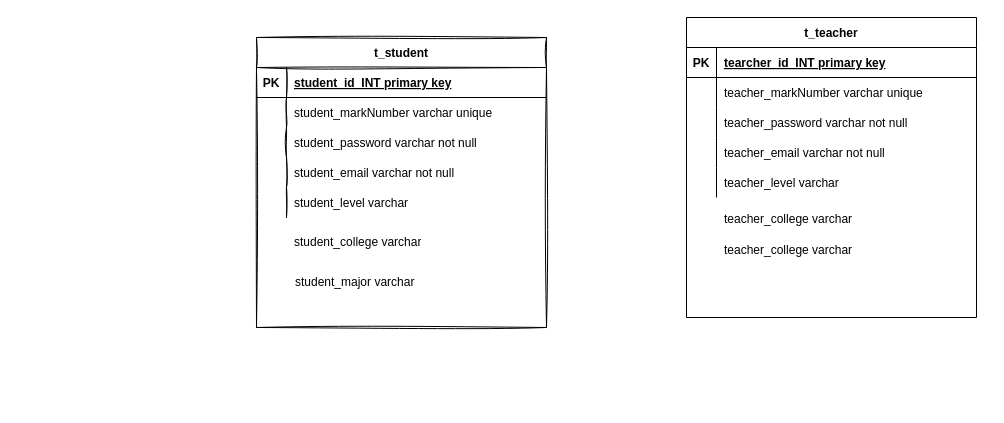
Earlier version of the draw.io diagram img/databaseER.drawio (Florence-y/UniversityMutualPlatform). Source tidied: cells renumbered, new cells numbered last; positions are measured from the earlier drawing's top-left corner, leaving out a move shared by most shapes. Both pictures are drawn from the tidied source at 100%, with x=0, y=0 at pixel (256, 17).
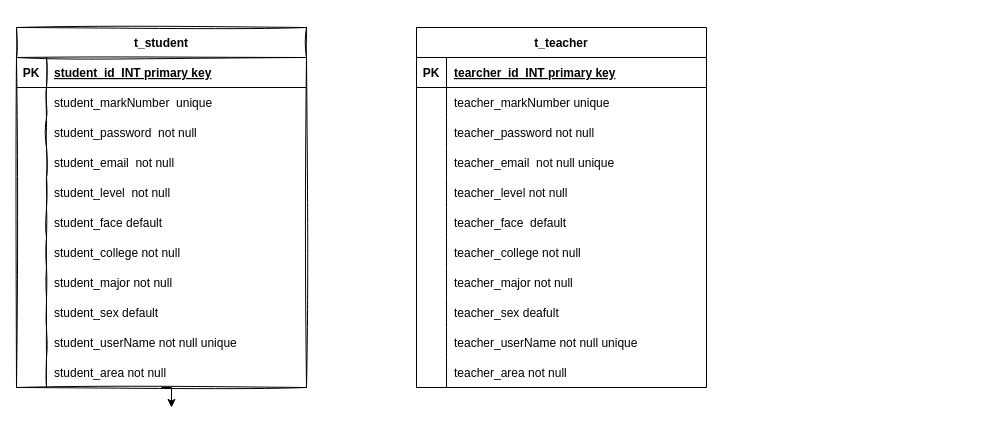
After the change.

Unchanged cells that the change refers to:
```xml
<mxCell id="10" style="shape=partialRectangle;fillColor=none;top=0;left=0;bottom=0;right=0;" parent="6" vertex="1">
  <mxGeometry y="60" width="290" height="30" as="geometry" />
</mxCell>
<mxCell id="13" style="shape=partialRectangle;fillColor=none;top=0;left=0;bottom=0;right=0;" parent="6" vertex="1">
  <mxGeometry y="90" width="290" height="30" as="geometry" />
</mxCell>
<mxCell id="16" style="shape=partialRectangle;fillColor=none;top=0;left=0;bottom=0;right=0;" parent="6" vertex="1">
  <mxGeometry y="120" width="290" height="30" as="geometry" />
</mxCell>
<mxCell id="19" style="shape=partialRectangle;fillColor=none;top=0;left=0;bottom=0;right=0;" parent="6" vertex="1">
  <mxGeometry y="150" width="290" height="30" as="geometry" />
</mxCell>
<mxCell id="30" style="shape=partialRectangle;fillColor=none;top=0;left=0;bottom=0;right=0;" parent="26" vertex="1">
  <mxGeometry y="60" width="290" height="30" as="geometry" />
</mxCell>
<mxCell id="33" style="shape=partialRectangle;fillColor=none;top=0;left=0;bottom=0;right=0;" parent="26" vertex="1">
  <mxGeometry y="90" width="290" height="30" as="geometry" />
</mxCell>
<mxCell id="36" style="shape=partialRectangle;fillColor=none;top=0;left=0;bottom=0;right=0;" parent="26" vertex="1">
  <mxGeometry y="120" width="290" height="30" as="geometry" />
</mxCell>
<mxCell id="39" style="shape=partialRectangle;fillColor=none;top=0;left=0;bottom=0;right=0;" parent="26" vertex="1">
  <mxGeometry y="150" width="290" height="30" as="geometry" />
</mxCell>
```

Change to the diagram source:
```diff
@@
     <mxCell id="3" style="group;" parent="1" vertex="1">
-      <mxGeometry y="20" width="291" height="290" as="geometry" />
+      <mxGeometry x="-240" y="10" width="291" height="360" as="geometry" />
     </mxCell>
-    <mxCell id="4" value="student_college varchar" style="shape=partialRectangle;fillColor=none;top=0;left=0;bottom=0;right=0;align=left;spacingLeft=6;overflow=hidden;whiteSpace=wrap;shadow=0;sketch=1;" parent="3" vertex="1">
-      <mxGeometry x="30" y="190" width="260" height="30" as="geometry" />
-    </mxCell>
-    <mxCell id="5" value="student_major varchar " style="shape=partialRectangle;fillColor=none;top=0;left=0;bottom=0;right=0;align=left;spacingLeft=6;overflow=hidden;whiteSpace=wrap;shadow=0;sketch=1;" parent="3" vertex="1">
-      <mxGeometry x="31" y="230" width="260" height="30" as="geometry" />
-    </mxCell>
     <mxCell id="6" value="t_student" style="shape=table;startSize=30;childLayout=tableLayout;rowLines=0;fontStyle=1;align=center;shadow=0;sketch=1;" parent="3" vertex="1">
-      <mxGeometry width="290" height="290" as="geometry" />
+      <mxGeometry width="290" height="360" as="geometry" />
     </mxCell>
@@
-    <mxCell id="12" value="student_markNumber varchar unique" style="shape=partialRectangle;fillColor=none;top=0;left=0;bottom=0;right=0;align=left;spacingLeft=6;overflow=hidden;" parent="10" vertex="1">
+    <mxCell id="12" value="student_markNumber  unique" style="shape=partialRectangle;fillColor=none;top=0;left=0;bottom=0;right=0;align=left;spacingLeft=6;overflow=hidden;" parent="10" vertex="1">
       <mxGeometry x="30" width="260" height="30" as="geometry" />
     </mxCell>
@@
-    <mxCell id="15" value="student_password varchar not null" style="shape=partialRectangle;fillColor=none;top=0;left=0;bottom=0;right=0;align=left;spacingLeft=6;overflow=hidden;" parent="13" vertex="1">
+    <mxCell id="15" value="student_password  not null" style="shape=partialRectangle;fillColor=none;top=0;left=0;bottom=0;right=0;align=left;spacingLeft=6;overflow=hidden;" parent="13" vertex="1">
       <mxGeometry x="30" width="260" height="30" as="geometry" />
     </mxCell>
@@
-    <mxCell id="18" value="student_email varchar not null" style="shape=partialRectangle;fillColor=none;top=0;left=0;bottom=0;right=0;align=left;spacingLeft=6;overflow=hidden;" parent="16" vertex="1">
+    <mxCell id="18" value="student_email  not null" style="shape=partialRectangle;fillColor=none;top=0;left=0;bottom=0;right=0;align=left;spacingLeft=6;overflow=hidden;" parent="16" vertex="1">
       <mxGeometry x="30" width="260" height="30" as="geometry" />
     </mxCell>
@@
-    <mxCell id="21" value="student_level varchar " style="shape=partialRectangle;fillColor=none;top=0;left=0;bottom=0;right=0;align=left;spacingLeft=6;overflow=hidden;" parent="19" vertex="1">
+    <mxCell id="21" value="student_level  not null" style="shape=partialRectangle;fillColor=none;top=0;left=0;bottom=0;right=0;align=left;spacingLeft=6;overflow=hidden;" parent="19" vertex="1">
       <mxGeometry x="30" width="260" height="30" as="geometry" />
     </mxCell>
+    <mxCell id="45" style="shape=partialRectangle;fillColor=none;top=0;left=0;bottom=0;right=0;" parent="6" vertex="1">
+      <mxGeometry y="180" width="290" height="30" as="geometry" />
+    </mxCell>
+    <mxCell id="46" style="shape=partialRectangle;fillColor=none;top=0;left=0;bottom=0;right=0;overflow=hidden;" parent="45" vertex="1">
+      <mxGeometry width="30" height="30" as="geometry" />
+    </mxCell>
+    <mxCell id="47" value="student_face default" style="shape=partialRectangle;fillColor=none;top=0;left=0;bottom=0;right=0;align=left;spacingLeft=6;overflow=hidden;" parent="45" vertex="1">
+      <mxGeometry x="30" width="260" height="30" as="geometry" />
+    </mxCell>
+    <mxCell id="48" style="shape=partialRectangle;fillColor=none;top=0;left=0;bottom=0;right=0;" parent="6" vertex="1">
+      <mxGeometry y="210" width="290" height="30" as="geometry" />
+    </mxCell>
+    <mxCell id="49" style="shape=partialRectangle;fillColor=none;top=0;left=0;bottom=0;right=0;overflow=hidden;" parent="48" vertex="1">
+      <mxGeometry width="30" height="30" as="geometry" />
+    </mxCell>
+    <mxCell id="50" value="student_college not null" style="shape=partialRectangle;fillColor=none;top=0;left=0;bottom=0;right=0;align=left;spacingLeft=6;overflow=hidden;" parent="48" vertex="1">
+      <mxGeometry x="30" width="260" height="30" as="geometry" />
+    </mxCell>
+    <mxCell id="51" style="shape=partialRectangle;fillColor=none;top=0;left=0;bottom=0;right=0;" parent="6" vertex="1">
+      <mxGeometry y="240" width="290" height="30" as="geometry" />
+    </mxCell>
+    <mxCell id="52" style="shape=partialRectangle;fillColor=none;top=0;left=0;bottom=0;right=0;overflow=hidden;" parent="51" vertex="1">
+      <mxGeometry width="30" height="30" as="geometry" />
+    </mxCell>
+    <mxCell id="53" value="student_major not null" style="shape=partialRectangle;fillColor=none;top=0;left=0;bottom=0;right=0;align=left;spacingLeft=6;overflow=hidden;" parent="51" vertex="1">
+      <mxGeometry x="30" width="260" height="30" as="geometry" />
+    </mxCell>
+    <mxCell id="54" style="shape=partialRectangle;fillColor=none;top=0;left=0;bottom=0;right=0;" parent="6" vertex="1">
+      <mxGeometry y="270" width="290" height="30" as="geometry" />
+    </mxCell>
+    <mxCell id="55" style="shape=partialRectangle;fillColor=none;top=0;left=0;bottom=0;right=0;overflow=hidden;" parent="54" vertex="1">
+      <mxGeometry width="30" height="30" as="geometry" />
+    </mxCell>
+    <mxCell id="56" value="student_sex default" style="shape=partialRectangle;fillColor=none;top=0;left=0;bottom=0;right=0;align=left;spacingLeft=6;overflow=hidden;" parent="54" vertex="1">
+      <mxGeometry x="30" width="260" height="30" as="geometry" />
+    </mxCell>
+    <mxCell id="57" style="shape=partialRectangle;fillColor=none;top=0;left=0;bottom=0;right=0;" parent="6" vertex="1">
+      <mxGeometry y="300" width="290" height="30" as="geometry" />
+    </mxCell>
+    <mxCell id="58" style="shape=partialRectangle;fillColor=none;top=0;left=0;bottom=0;right=0;overflow=hidden;" parent="57" vertex="1">
+      <mxGeometry width="30" height="30" as="geometry" />
+    </mxCell>
+    <mxCell id="59" value="student_userName not null unique" style="shape=partialRectangle;fillColor=none;top=0;left=0;bottom=0;right=0;align=left;spacingLeft=6;overflow=hidden;" parent="57" vertex="1">
+      <mxGeometry x="30" width="260" height="30" as="geometry" />
+    </mxCell>
+    <mxCell id="60" style="shape=partialRectangle;fillColor=none;top=0;left=0;bottom=0;right=0;" parent="6" vertex="1">
+      <mxGeometry y="330" width="290" height="30" as="geometry" />
+    </mxCell>
+    <mxCell id="61" style="shape=partialRectangle;fillColor=none;top=0;left=0;bottom=0;right=0;overflow=hidden;" parent="60" vertex="1">
+      <mxGeometry width="30" height="30" as="geometry" />
+    </mxCell>
+    <mxCell id="62" value="student_area not null" style="shape=partialRectangle;fillColor=none;top=0;left=0;bottom=0;right=0;align=left;spacingLeft=6;overflow=hidden;" parent="60" vertex="1">
+      <mxGeometry x="30" width="260" height="30" as="geometry" />
+    </mxCell>
     <mxCell id="22" style="group;" parent="1" vertex="1">
-      <mxGeometry x="420" width="310" height="300" as="geometry" />
+      <mxGeometry x="150" y="10" width="310" height="360" as="geometry" />
     </mxCell>
     <mxCell id="23" style="group;" parent="22" vertex="1">
-      <mxGeometry x="10" width="300" height="300" as="geometry" />
+      <mxGeometry x="10" width="300" height="360" as="geometry" />
     </mxCell>
     <mxCell id="24" style="group;" parent="23" vertex="1">
-      <mxGeometry width="300" height="300" as="geometry" />
+      <mxGeometry width="300" height="360" as="geometry" />
     </mxCell>
     <mxCell id="25" style="group;" parent="24" vertex="1">
-      <mxGeometry width="290" height="300" as="geometry" />
+      <mxGeometry width="290" height="360" as="geometry" />
     </mxCell>
     <mxCell id="26" value="t_teacher" style="shape=table;startSize=30;childLayout=tableLayout;rowLines=0;fontStyle=1;align=center;" parent="25" vertex="1">
-      <mxGeometry width="290" height="300" as="geometry" />
+      <mxGeometry width="290" height="360" as="geometry" />
     </mxCell>
@@
-    <mxCell id="32" value="teacher_markNumber varchar unique" style="shape=partialRectangle;fillColor=none;top=0;left=0;bottom=0;right=0;align=left;spacingLeft=6;overflow=hidden;" parent="30" vertex="1">
+    <mxCell id="32" value="teacher_markNumber unique" style="shape=partialRectangle;fillColor=none;top=0;left=0;bottom=0;right=0;align=left;spacingLeft=6;overflow=hidden;" parent="30" vertex="1">
       <mxGeometry x="30" width="260" height="30" as="geometry" />
     </mxCell>
@@
-    <mxCell id="35" value="teacher_password varchar not null" style="shape=partialRectangle;fillColor=none;top=0;left=0;bottom=0;right=0;align=left;spacingLeft=6;overflow=hidden;" parent="33" vertex="1">
+    <mxCell id="35" value="teacher_password not null" style="shape=partialRectangle;fillColor=none;top=0;left=0;bottom=0;right=0;align=left;spacingLeft=6;overflow=hidden;" parent="33" vertex="1">
       <mxGeometry x="30" width="260" height="30" as="geometry" />
     </mxCell>
@@
-    <mxCell id="38" value="teacher_email varchar not null" style="shape=partialRectangle;fillColor=none;top=0;left=0;bottom=0;right=0;align=left;spacingLeft=6;overflow=hidden;" parent="36" vertex="1">
+    <mxCell id="38" value="teacher_email  not null unique" style="shape=partialRectangle;fillColor=none;top=0;left=0;bottom=0;right=0;align=left;spacingLeft=6;overflow=hidden;" parent="36" vertex="1">
       <mxGeometry x="30" width="260" height="30" as="geometry" />
     </mxCell>
@@
-    <mxCell id="41" value="teacher_level varchar " style="shape=partialRectangle;fillColor=none;top=0;left=0;bottom=0;right=0;align=left;spacingLeft=6;overflow=hidden;" parent="39" vertex="1">
+    <mxCell id="41" value="teacher_level not null" style="shape=partialRectangle;fillColor=none;top=0;left=0;bottom=0;right=0;align=left;spacingLeft=6;overflow=hidden;" parent="39" vertex="1">
       <mxGeometry x="30" width="260" height="30" as="geometry" />
     </mxCell>
-    <mxCell id="42" style="group;" parent="25" vertex="1">
-      <mxGeometry x="30" y="186.2" width="260" height="62.1" as="geometry" />
-    </mxCell>
-    <mxCell id="43" value="teacher_college varchar" style="shape=partialRectangle;fillColor=none;top=0;left=0;bottom=0;right=0;align=left;spacingLeft=6;overflow=hidden;whiteSpace=wrap;" parent="42" vertex="1">
-      <mxGeometry width="260" height="31" as="geometry" />
-    </mxCell>
-    <mxCell id="44" value="teacher_college varchar" style="shape=partialRectangle;fillColor=none;top=0;left=0;bottom=0;right=0;align=left;spacingLeft=6;overflow=hidden;whiteSpace=wrap;" parent="42" vertex="1">
-      <mxGeometry y="31" width="260" height="31" as="geometry" />
-    </mxCell>
+    <mxCell id="63" style="shape=partialRectangle;fillColor=none;top=0;left=0;bottom=0;right=0;" parent="26" vertex="1">
+      <mxGeometry y="180" width="290" height="30" as="geometry" />
+    </mxCell>
+    <mxCell id="64" style="shape=partialRectangle;fillColor=none;top=0;left=0;bottom=0;right=0;overflow=hidden;" parent="63" vertex="1">
+      <mxGeometry width="30" height="30" as="geometry" />
+    </mxCell>
+    <mxCell id="65" value="teacher_face  default" style="shape=partialRectangle;fillColor=none;top=0;left=0;bottom=0;right=0;align=left;spacingLeft=6;overflow=hidden;" parent="63" vertex="1">
+      <mxGeometry x="30" width="260" height="30" as="geometry" />
+    </mxCell>
+    <mxCell id="66" style="shape=partialRectangle;fillColor=none;top=0;left=0;bottom=0;right=0;" parent="26" vertex="1">
+      <mxGeometry y="210" width="290" height="30" as="geometry" />
+    </mxCell>
+    <mxCell id="67" style="shape=partialRectangle;fillColor=none;top=0;left=0;bottom=0;right=0;overflow=hidden;" parent="66" vertex="1">
+      <mxGeometry width="30" height="30" as="geometry" />
+    </mxCell>
+    <mxCell id="68" value="teacher_college not null" style="shape=partialRectangle;fillColor=none;top=0;left=0;bottom=0;right=0;align=left;spacingLeft=6;overflow=hidden;" parent="66" vertex="1">
+      <mxGeometry x="30" width="260" height="30" as="geometry" />
+    </mxCell>
+    <mxCell id="69" style="shape=partialRectangle;fillColor=none;top=0;left=0;bottom=0;right=0;" parent="26" vertex="1">
+      <mxGeometry y="240" width="290" height="30" as="geometry" />
+    </mxCell>
+    <mxCell id="70" style="shape=partialRectangle;fillColor=none;top=0;left=0;bottom=0;right=0;overflow=hidden;" parent="69" vertex="1">
+      <mxGeometry width="30" height="30" as="geometry" />
+    </mxCell>
+    <mxCell id="71" value="teacher_major not null" style="shape=partialRectangle;fillColor=none;top=0;left=0;bottom=0;right=0;align=left;spacingLeft=6;overflow=hidden;" parent="69" vertex="1">
+      <mxGeometry x="30" width="260" height="30" as="geometry" />
+    </mxCell>
+    <mxCell id="72" style="shape=partialRectangle;fillColor=none;top=0;left=0;bottom=0;right=0;" parent="26" vertex="1">
+      <mxGeometry y="270" width="290" height="30" as="geometry" />
+    </mxCell>
+    <mxCell id="73" style="shape=partialRectangle;fillColor=none;top=0;left=0;bottom=0;right=0;overflow=hidden;" parent="72" vertex="1">
+      <mxGeometry width="30" height="30" as="geometry" />
+    </mxCell>
+    <mxCell id="74" value="teacher_sex deafult" style="shape=partialRectangle;fillColor=none;top=0;left=0;bottom=0;right=0;align=left;spacingLeft=6;overflow=hidden;" parent="72" vertex="1">
+      <mxGeometry x="30" width="260" height="30" as="geometry" />
+    </mxCell>
+    <mxCell id="75" style="shape=partialRectangle;fillColor=none;top=0;left=0;bottom=0;right=0;" parent="26" vertex="1">
+      <mxGeometry y="300" width="290" height="30" as="geometry" />
+    </mxCell>
+    <mxCell id="76" style="shape=partialRectangle;fillColor=none;top=0;left=0;bottom=0;right=0;overflow=hidden;" parent="75" vertex="1">
+      <mxGeometry width="30" height="30" as="geometry" />
+    </mxCell>
+    <mxCell id="77" value="teacher_userName not null unique" style="shape=partialRectangle;fillColor=none;top=0;left=0;bottom=0;right=0;align=left;spacingLeft=6;overflow=hidden;" parent="75" vertex="1">
+      <mxGeometry x="30" width="260" height="30" as="geometry" />
+    </mxCell>
+    <mxCell id="78" style="shape=partialRectangle;fillColor=none;top=0;left=0;bottom=0;right=0;" parent="26" vertex="1">
+      <mxGeometry y="330" width="290" height="30" as="geometry" />
+    </mxCell>
+    <mxCell id="79" style="shape=partialRectangle;fillColor=none;top=0;left=0;bottom=0;right=0;overflow=hidden;" parent="78" vertex="1">
+      <mxGeometry width="30" height="30" as="geometry" />
+    </mxCell>
+    <mxCell id="80" value="teacher_area not null" style="shape=partialRectangle;fillColor=none;top=0;left=0;bottom=0;right=0;align=left;spacingLeft=6;overflow=hidden;" parent="78" vertex="1">
+      <mxGeometry x="30" width="260" height="30" as="geometry" />
+    </mxCell>
+    <mxCell id="81" style="edgeStyle=orthogonalEdgeStyle;rounded=0;jettySize=auto;html=1;exitX=0.5;exitY=1;exitDx=0;exitDy=0;" parent="1" edge="1" source="6">
+      <mxGeometry relative="1" as="geometry">
+        <mxPoint x="-85" y="390" as="targetPoint" />
+      </mxGeometry>
+    </mxCell>
```
